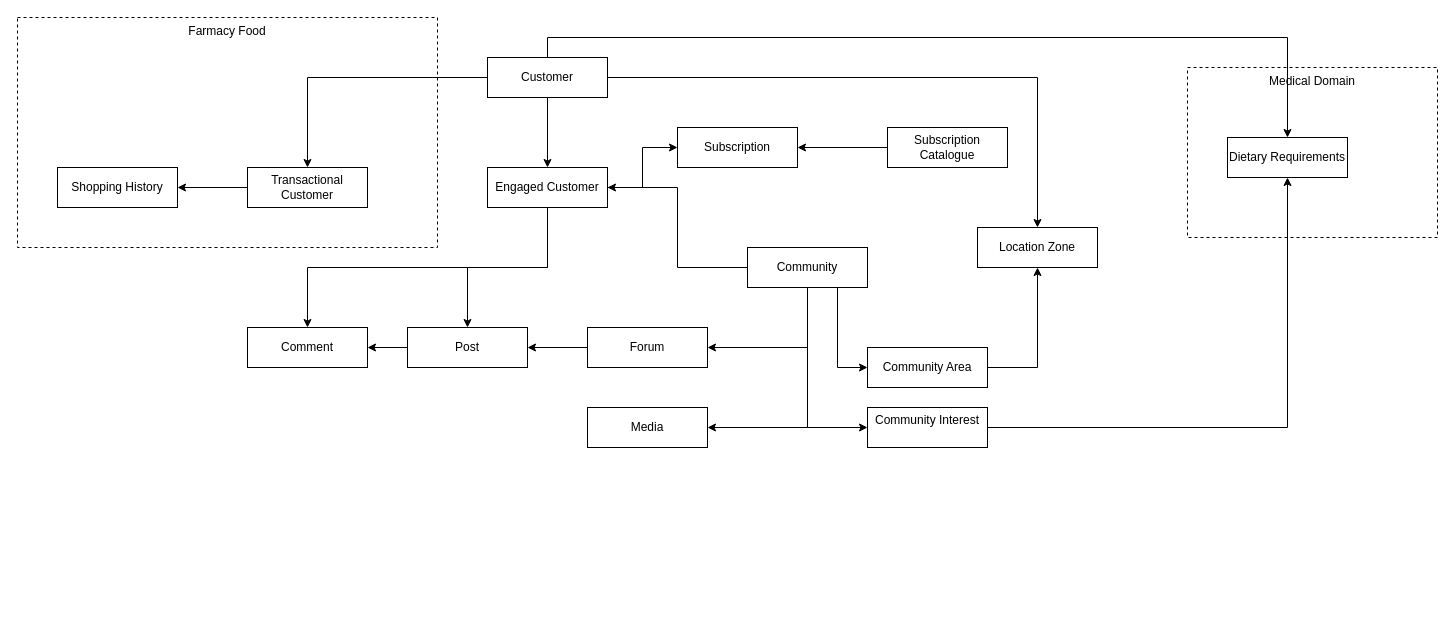
Above: page "DataModel" (1 of 3) of diagrams/diagrams.drawio in DVDemon/mobile_tractor_system_katas (draw.io), before the change. Source tidied: cells renumbered, new cells numbered last; positions are measured from the earlier drawing's top-left corner, leaving out a move shared by most shapes. Both pictures are drawn from the tidied source at 100%, with x=0, y=0 at pixel (17, 17).
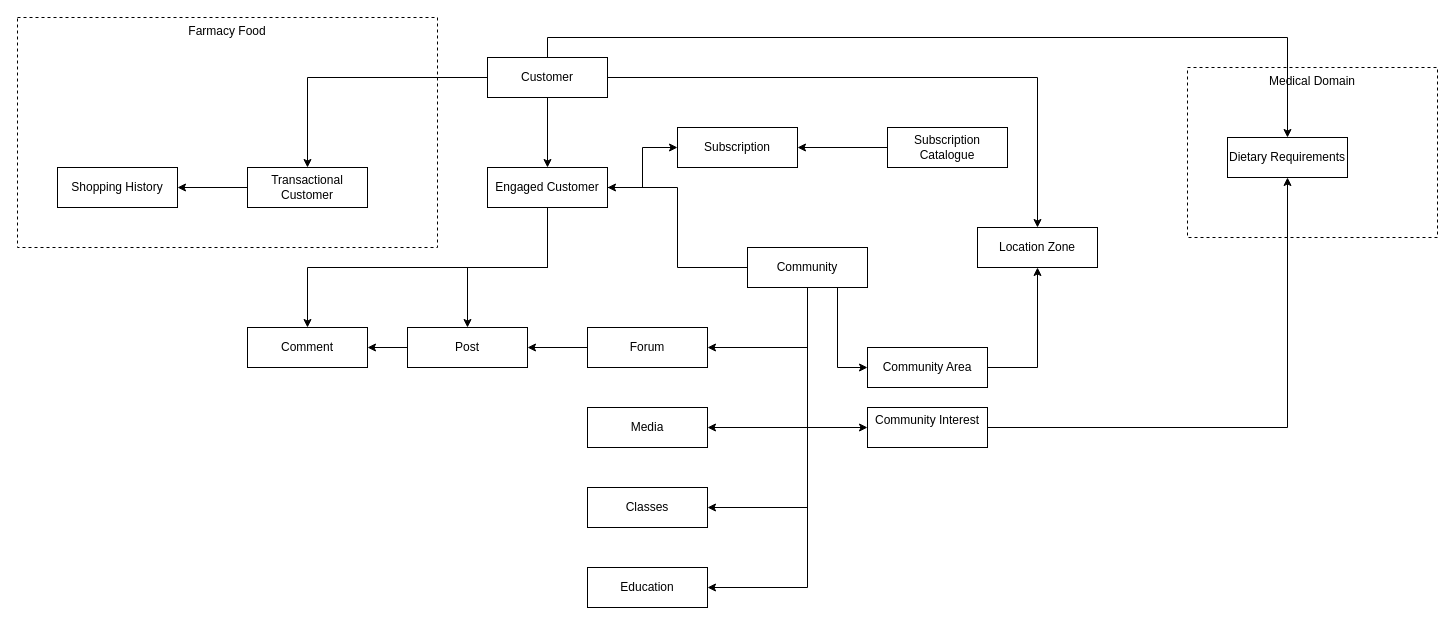
Above is the later version.

Unchanged cells that the change refers to:
```xml
<mxCell id="22" value="Community" style="rounded=0;whiteSpace=wrap;html=1;" parent="1" vertex="1">
  <mxGeometry x="730" y="230" width="120" height="40" as="geometry" />
</mxCell>
```

Diff of the diagram source:
```diff
@@
+    <mxCell id="37" style="edgeStyle=orthogonalEdgeStyle;rounded=0;jettySize=auto;html=1;entryX=1;entryY=0.5;entryDx=0;entryDy=0;" parent="1" edge="1" source="22" target="39">
+      <mxGeometry relative="1" as="geometry">
+        <Array as="points">
+          <mxPoint x="790" y="490" />
+        </Array>
+      </mxGeometry>
+    </mxCell>
+    <mxCell id="38" style="edgeStyle=orthogonalEdgeStyle;rounded=0;jettySize=auto;html=1;entryX=1;entryY=0.5;entryDx=0;entryDy=0;" parent="1" edge="1" source="22" target="40">
+      <mxGeometry relative="1" as="geometry">
+        <Array as="points">
+          <mxPoint x="790" y="570" />
+        </Array>
+      </mxGeometry>
+    </mxCell>
@@
+    <mxCell id="39" value="Classes" style="rounded=0;whiteSpace=wrap;html=1;" parent="1" vertex="1">
+      <mxGeometry x="570" y="470" width="120" height="40" as="geometry" />
+    </mxCell>
+    <mxCell id="40" value="Education" style="rounded=0;whiteSpace=wrap;html=1;" parent="1" vertex="1">
+      <mxGeometry x="570" y="550" width="120" height="40" as="geometry" />
+    </mxCell>
```
